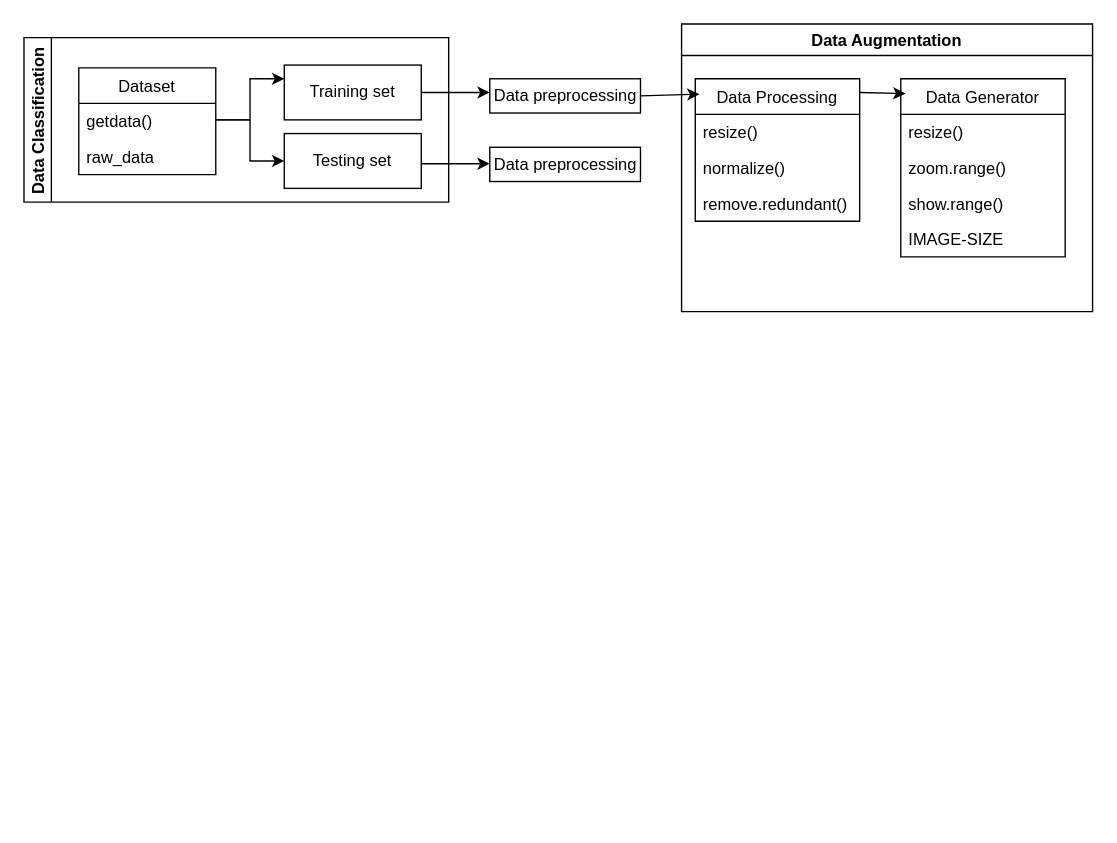
This is Untitled Diagram.drawio from chrispaul07/FinalProject, a draw.io file, before an edit. Source tidied: cells renumbered, new cells numbered last; positions are measured from the earlier drawing's top-left corner, leaving out a move shared by most shapes. Both pictures are drawn from the tidied source at 137%, with x=0, y=0 at pixel (23, 23).
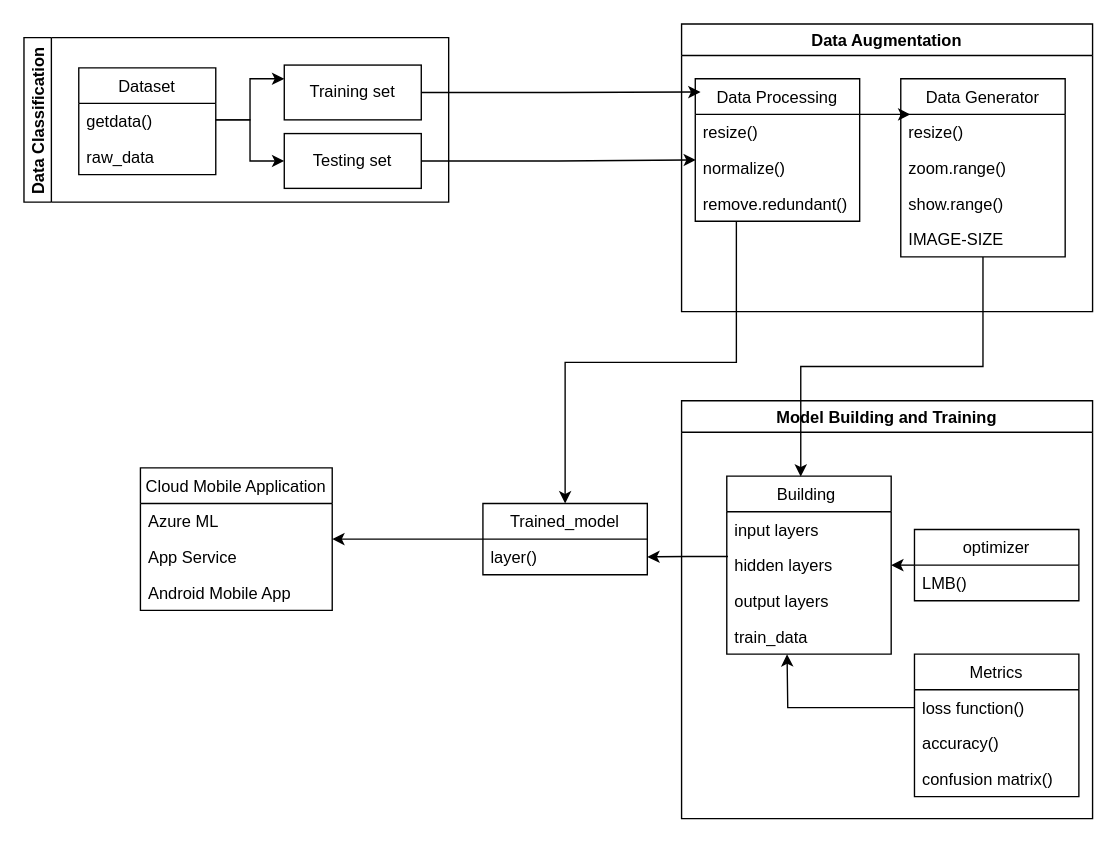
The same page after the edit.

The change refers to these unchanged cells:
```xml
<mxCell id="3" value="Training set" style="whiteSpace=wrap;html=1;" parent="2" vertex="1">
  <mxGeometry x="190" y="20" width="100" height="40" as="geometry" />
</mxCell>
<mxCell id="4" value="Testing set" style="whiteSpace=wrap;html=1;" parent="2" vertex="1">
  <mxGeometry x="190" y="70" width="100" height="40" as="geometry" />
</mxCell>
<mxCell id="14" value="Data Augmentation" style="swimlane;" parent="1" vertex="1">
  <mxGeometry x="480" width="300" height="210" as="geometry" />
</mxCell>
<mxCell id="15" value="Data Generator" style="swimlane;fontStyle=0;horizontal=1;startSize=26;fillColor=none;" parent="14" vertex="1">
  <mxGeometry x="160" y="40" width="120" height="130" as="geometry" />
</mxCell>
<mxCell id="16" value="resize()" style="text;strokeColor=none;fillColor=none;align=left;verticalAlign=top;spacingLeft=4;spacingRight=4;overflow=hidden;points=[[0,0.5],[1,0.5]];portConstraint=eastwest;" parent="15" vertex="1">
  <mxGeometry y="26" width="120" height="26" as="geometry" />
</mxCell>
<mxCell id="20" value="Data Processing" style="swimlane;fontStyle=0;horizontal=1;startSize=26;fillColor=none;" parent="14" vertex="1">
  <mxGeometry x="10" y="40" width="120" height="104" as="geometry" />
</mxCell>
<mxCell id="22" value="normalize()" style="text;strokeColor=none;fillColor=none;align=left;verticalAlign=top;spacingLeft=4;spacingRight=4;overflow=hidden;points=[[0,0.5],[1,0.5]];portConstraint=eastwest;" parent="20" vertex="1">
  <mxGeometry y="52" width="120" height="26" as="geometry" />
</mxCell>
```

Change to the diagram source:
```diff
@@
-    <mxCell id="10" value="Data preprocessing" style="html=1;" parent="1" vertex="1">
-      <mxGeometry x="340" y="40" width="110" height="25" as="geometry" />
-    </mxCell>
-    <mxCell id="11" value="Data preprocessing" style="html=1;" parent="1" vertex="1">
-      <mxGeometry x="340" y="90" width="110" height="25" as="geometry" />
-    </mxCell>
-    <mxCell id="12" style="endArrow=classic;html=1;rounded=0;exitX=1;exitY=0.5;exitDx=0;exitDy=0;" parent="1" edge="1" source="3">
-      <mxGeometry relative="1" as="geometry">
-        <mxPoint x="340" y="50" as="targetPoint" />
-      </mxGeometry>
-    </mxCell>
-    <mxCell id="13" style="endArrow=classic;html=1;rounded=0;exitX=1;exitY=0.5;exitDx=0;exitDy=0;" parent="1" edge="1">
-      <mxGeometry relative="1" as="geometry">
-        <mxPoint x="290" y="102" as="sourcePoint" />
-        <mxPoint x="340" y="102" as="targetPoint" />
-      </mxGeometry>
-    </mxCell>
@@
+    <mxCell id="26" style="edgeStyle=orthogonalEdgeStyle;rounded=0;jettySize=auto;html=1;exitX=1;exitY=0.25;exitDx=0;exitDy=0;entryX=0.058;entryY=-0.005;entryDx=0;entryDy=0;entryPerimeter=0;" parent="14" edge="1" source="20" target="16">
+      <mxGeometry relative="1" as="geometry" />
+    </mxCell>
@@
-    <mxCell id="24" style="endArrow=classic;html=1;rounded=0;entryX=0.029;entryY=0.083;entryDx=0;entryDy=0;entryPerimeter=0;" parent="14" edge="1" target="15">
-      <mxGeometry relative="1" as="geometry">
-        <mxPoint x="130" y="50" as="sourcePoint" />
-      </mxGeometry>
-    </mxCell>
-    <mxCell id="25" style="endArrow=classic;html=1;rounded=0;exitX=1;exitY=0.5;exitDx=0;exitDy=0;entryX=0.026;entryY=0.108;entryDx=0;entryDy=0;entryPerimeter=0;" parent="1" edge="1" source="10" target="20">
-      <mxGeometry relative="1" as="geometry" />
-    </mxCell>
+    <mxCell id="27" value="Model Building and Training" style="swimlane;" parent="1" vertex="1">
+      <mxGeometry x="480" y="275" width="300" height="305" as="geometry" />
+    </mxCell>
+    <mxCell id="28" value="Building " style="swimlane;fontStyle=0;horizontal=1;startSize=26;fillColor=none;" parent="27" vertex="1">
+      <mxGeometry x="33" y="55" width="120" height="130" as="geometry" />
+    </mxCell>
+    <mxCell id="29" value="input layers" style="text;strokeColor=none;fillColor=none;align=left;verticalAlign=top;spacingLeft=4;spacingRight=4;overflow=hidden;points=[[0,0.5],[1,0.5]];portConstraint=eastwest;" parent="28" vertex="1">
+      <mxGeometry y="26" width="120" height="26" as="geometry" />
+    </mxCell>
+    <mxCell id="30" value="hidden layers" style="text;strokeColor=none;fillColor=none;align=left;verticalAlign=top;spacingLeft=4;spacingRight=4;overflow=hidden;points=[[0,0.5],[1,0.5]];portConstraint=eastwest;" parent="28" vertex="1">
+      <mxGeometry y="52" width="120" height="26" as="geometry" />
+    </mxCell>
+    <mxCell id="31" value="output layers" style="text;strokeColor=none;fillColor=none;align=left;verticalAlign=top;spacingLeft=4;spacingRight=4;overflow=hidden;" parent="28" vertex="1">
+      <mxGeometry y="78" width="120" height="26" as="geometry" />
+    </mxCell>
+    <mxCell id="32" value="train_data" style="text;strokeColor=none;fillColor=none;align=left;verticalAlign=top;spacingLeft=4;spacingRight=4;overflow=hidden;" parent="28" vertex="1">
+      <mxGeometry y="104" width="120" height="26" as="geometry" />
+    </mxCell>
+    <mxCell id="33" style="edgeStyle=orthogonalEdgeStyle;rounded=0;jettySize=auto;html=1;exitX=0;exitY=0.5;exitDx=0;exitDy=0;entryX=1;entryY=0.5;entryDx=0;entryDy=0;" parent="27" edge="1" source="34" target="30">
+      <mxGeometry relative="1" as="geometry" />
+    </mxCell>
+    <mxCell id="34" value="optimizer" style="swimlane;fontStyle=0;horizontal=1;startSize=26;fillColor=none;" parent="27" vertex="1">
+      <mxGeometry x="170" y="94" width="120" height="52" as="geometry" />
+    </mxCell>
+    <mxCell id="35" value="LMB()" style="text;strokeColor=none;fillColor=none;align=left;verticalAlign=top;spacingLeft=4;spacingRight=4;overflow=hidden;" parent="34" vertex="1">
+      <mxGeometry y="26" width="120" height="26" as="geometry" />
+    </mxCell>
+    <mxCell id="36" value="Metrics" style="swimlane;fontStyle=0;horizontal=1;startSize=26;fillColor=none;" parent="27" vertex="1">
+      <mxGeometry x="170" y="185" width="120" height="104" as="geometry" />
+    </mxCell>
+    <mxCell id="37" value="loss function()    " style="text;strokeColor=none;fillColor=none;align=left;verticalAlign=top;spacingLeft=4;spacingRight=4;overflow=hidden;points=[[0,0.5],[1,0.5]];portConstraint=eastwest;" parent="36" vertex="1">
+      <mxGeometry y="26" width="120" height="26" as="geometry" />
+    </mxCell>
+    <mxCell id="38" value="accuracy()" style="text;strokeColor=none;fillColor=none;align=left;verticalAlign=top;spacingLeft=4;spacingRight=4;overflow=hidden;" parent="36" vertex="1">
+      <mxGeometry y="52" width="120" height="26" as="geometry" />
+    </mxCell>
+    <mxCell id="39" value="confusion matrix()" style="text;strokeColor=none;fillColor=none;align=left;verticalAlign=top;spacingLeft=4;spacingRight=4;overflow=hidden;" parent="36" vertex="1">
+      <mxGeometry y="78" width="120" height="26" as="geometry" />
+    </mxCell>
+    <mxCell id="40" style="edgeStyle=orthogonalEdgeStyle;rounded=0;jettySize=auto;html=1;exitX=0;exitY=0.5;exitDx=0;exitDy=0;" parent="27" edge="1" source="37">
+      <mxGeometry relative="1" as="geometry">
+        <mxPoint x="77" y="185" as="targetPoint" />
+      </mxGeometry>
+    </mxCell>
+    <mxCell id="41" style="edgeStyle=orthogonalEdgeStyle;rounded=0;jettySize=auto;html=1;exitX=0.5;exitY=1;exitDx=0;exitDy=0;entryX=0.45;entryY=0.003;entryDx=0;entryDy=0;entryPerimeter=0;" parent="1" edge="1" source="15" target="28">
+      <mxGeometry relative="1" as="geometry" />
+    </mxCell>
+    <mxCell id="42" value="Trained_model" style="swimlane;fontStyle=0;horizontal=1;startSize=26;fillColor=none;" parent="1" vertex="1">
+      <mxGeometry x="335" y="350" width="120" height="52" as="geometry" />
+    </mxCell>
+    <mxCell id="43" value="layer()" style="text;strokeColor=none;fillColor=none;align=left;verticalAlign=top;spacingLeft=4;spacingRight=4;overflow=hidden;points=[[0,0.5],[1,0.5]];portConstraint=eastwest;" parent="42" vertex="1">
+      <mxGeometry y="26" width="120" height="26" as="geometry" />
+    </mxCell>
+    <mxCell id="44" style="edgeStyle=orthogonalEdgeStyle;rounded=0;jettySize=auto;html=1;exitX=0.007;exitY=1.258;exitDx=0;exitDy=0;entryX=1;entryY=0.5;entryDx=0;entryDy=0;exitPerimeter=0;" parent="1" edge="1" source="29" target="43">
+      <mxGeometry relative="1" as="geometry" />
+    </mxCell>
+    <mxCell id="45" style="edgeStyle=orthogonalEdgeStyle;rounded=0;jettySize=auto;html=1;exitX=1;exitY=0.5;exitDx=0;exitDy=0;entryX=0.032;entryY=0.093;entryDx=0;entryDy=0;entryPerimeter=0;" parent="1" edge="1" source="3" target="20">
+      <mxGeometry relative="1" as="geometry" />
+    </mxCell>
+    <mxCell id="46" style="edgeStyle=orthogonalEdgeStyle;rounded=0;jettySize=auto;html=1;exitX=1;exitY=0.5;exitDx=0;exitDy=0;entryX=0.004;entryY=0.277;entryDx=0;entryDy=0;entryPerimeter=0;" parent="1" edge="1" source="4" target="22">
+      <mxGeometry relative="1" as="geometry" />
+    </mxCell>
+    <mxCell id="47" style="edgeStyle=orthogonalEdgeStyle;rounded=0;jettySize=auto;html=1;exitX=0.25;exitY=1;exitDx=0;exitDy=0;entryX=0.5;entryY=0;entryDx=0;entryDy=0;" parent="1" edge="1" source="20" target="42">
+      <mxGeometry relative="1" as="geometry" />
+    </mxCell>
+    <mxCell id="48" value="Cloud Mobile Application" style="swimlane;fontStyle=0;horizontal=1;startSize=26;fillColor=none;points=[[0,0,0,0,0],[0,0.25,0,0,0],[0,0.5,0,0,0],[0,0.75,0,0,0],[0,1,0,0,0],[0.25,0,0,0,0],[0.25,1,0,0,0],[0.5,0,0,0,0],[0.5,1,0,0,0],[0.75,0,0,0,0],[0.75,1,0,0,0],[1,0,0,0,0],[1,0.25,0,0,0],[1,0.33,0,0,0],[1,0.5,0,0,0],[1,0.67,0,0,0],[1,0.75,0,0,0],[1,1,0,0,0]];" parent="1" vertex="1">
+      <mxGeometry x="85" y="324" width="140" height="104" as="geometry" />
+    </mxCell>
+    <mxCell id="49" value="Azure ML" style="text;strokeColor=none;fillColor=none;align=left;verticalAlign=top;spacingLeft=4;spacingRight=4;overflow=hidden;" parent="48" vertex="1">
+      <mxGeometry y="26" width="140" height="26" as="geometry" />
+    </mxCell>
+    <mxCell id="50" value="App Service" style="text;strokeColor=none;fillColor=none;align=left;verticalAlign=top;spacingLeft=4;spacingRight=4;overflow=hidden;" parent="48" vertex="1">
+      <mxGeometry y="52" width="140" height="26" as="geometry" />
+    </mxCell>
+    <mxCell id="51" value="Android Mobile App" style="text;strokeColor=none;fillColor=none;align=left;verticalAlign=top;spacingLeft=4;spacingRight=4;overflow=hidden;" parent="48" vertex="1">
+      <mxGeometry y="78" width="140" height="26" as="geometry" />
+    </mxCell>
+    <mxCell id="52" style="edgeStyle=orthogonalEdgeStyle;rounded=0;jettySize=auto;html=1;exitX=0;exitY=0.5;exitDx=0;exitDy=0;entryX=1;entryY=0.5;entryDx=0;entryDy=0;entryPerimeter=0;" parent="1" edge="1" source="42" target="48">
+      <mxGeometry relative="1" as="geometry" />
+    </mxCell>
```
